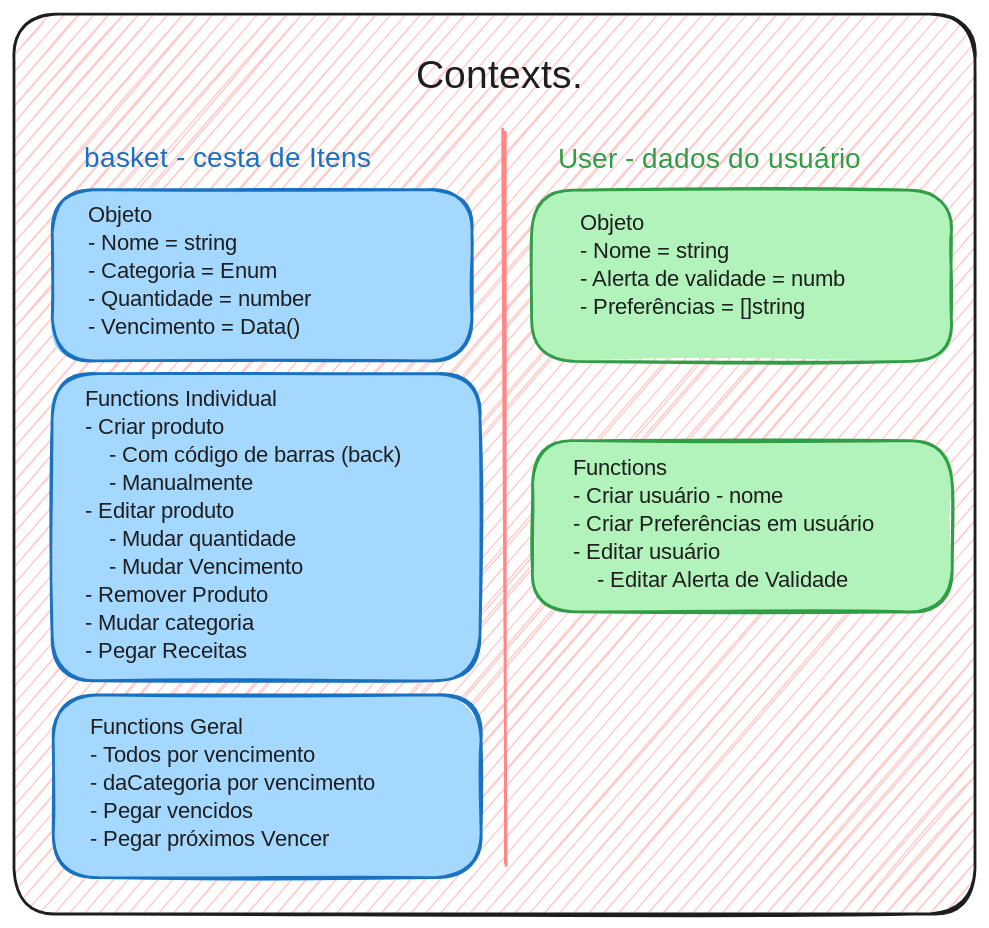
Above: notes/planning.excalidraw.svg in RenanKr4t0s/_.Waste_by_KrakeN (Excalidraw), before the change. Source tidied: one line per element, renumbered; positions are measured from the earlier drawing's top-left corner, leaving out a move shared by most shapes.
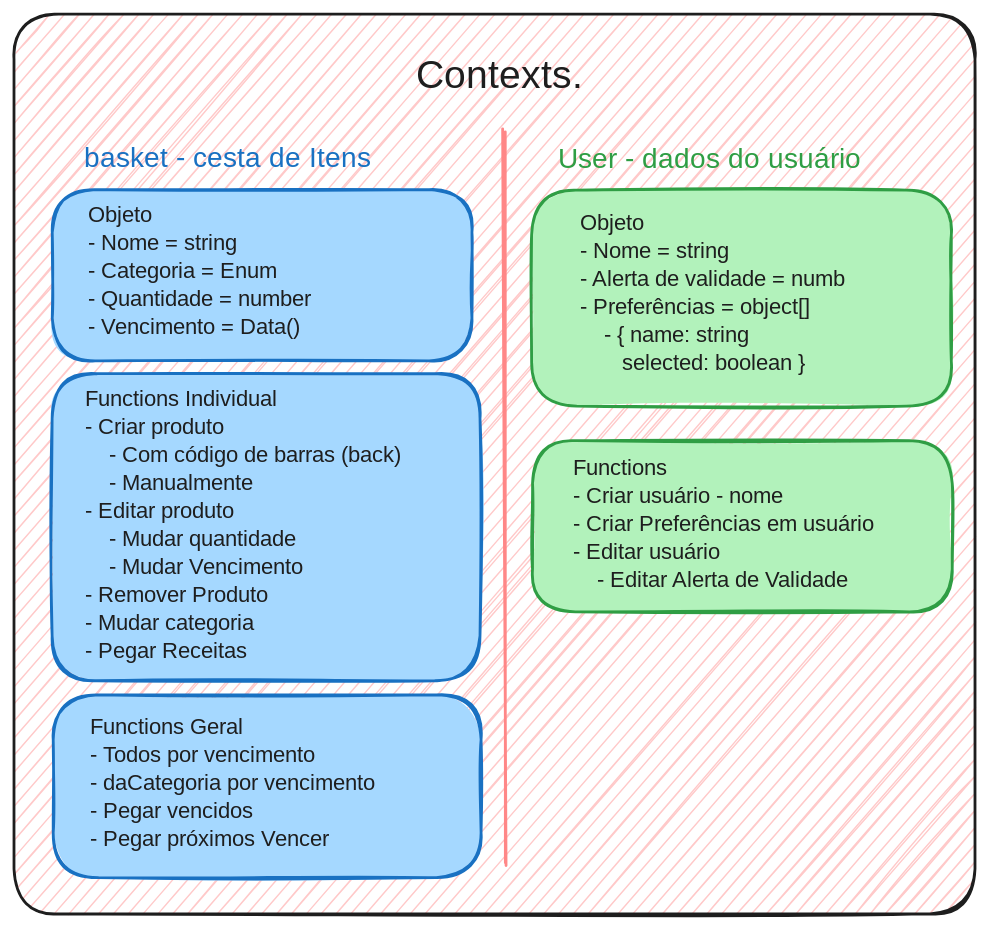
The same diagram one commit later.

What changed in the source:
```diff
@@ -9,7 +9,7 @@
 {"id": 8, "type": "text", "text": "Functions Individual\n- Criar produto\n    - Com código de barras (back)\n    - Manualmente\n- Editar produto\n    - Mudar quantidade\n    - Mudar Vencimento\n- Remover Produto\n- Mudar categoria\n- Pegar Receitas", "strokeColor": "#1e1e1e", "strokeWidth": 2, "roughness": 1, "fontSize": 16, "fontFamily": 1, "x": 51, "y": 265, "width": 271, "height": 200}
 {"id": 9, "type": "rectangle", "strokeColor": "#1971c2", "backgroundColor": "#a5d8ff", "fillStyle": "solid", "strokeWidth": 2, "roughness": 1, "round": true, "x": 28, "y": 486, "width": 306, "height": 131}
 {"id": 10, "type": "text", "text": "Functions Geral\n- Todos por vencimento\n- daCategoria por vencimento\n- Pegar vencidos\n- Pegar próximos Vencer", "strokeColor": "#1e1e1e", "strokeWidth": 2, "roughness": 1, "fontSize": 16, "fontFamily": 1, "x": 54, "y": 500, "width": 231, "height": 100}
-{"id": 11, "type": "rectangle", "strokeColor": "#2f9e44", "backgroundColor": "#b2f2bb", "fillStyle": "solid", "strokeWidth": 2, "roughness": 1, "round": true, "x": 370, "y": 126, "width": 300, "height": 122}
+{"id": 11, "type": "rectangle", "strokeColor": "#2f9e44", "backgroundColor": "#b2f2bb", "fillStyle": "solid", "strokeWidth": 2, "roughness": 1, "round": true, "x": 370, "y": 126, "width": 300, "height": 154}
-{"id": 12, "type": "text", "text": "Objeto\n- Nome = string\n- Alerta de validade = numb\n- Preferências = []string", "strokeColor": "#1e1e1e", "strokeWidth": 2, "roughness": 1, "fontSize": 16, "fontFamily": 1, "x": 404, "y": 140, "width": 224, "height": 80}
+{"id": 12, "type": "text", "text": "Objeto\n- Nome = string\n- Alerta de validade = numb\n- Preferências = object[]\n    - { name: string\n       selected: boolean }", "strokeColor": "#1e1e1e", "strokeWidth": 2, "roughness": 1, "fontSize": 16, "fontFamily": 1, "x": 404, "y": 140, "width": 224, "height": 120}
 {"id": 13, "type": "rectangle", "strokeColor": "#2f9e44", "backgroundColor": "#b2f2bb", "fillStyle": "solid", "strokeWidth": 2, "roughness": 1, "round": true, "x": 370, "y": 305, "width": 300, "height": 122}
 {"id": 14, "type": "text", "text": "Functions\n- Criar usuário - nome\n- Criar Preferências em usuário\n- Editar usuário\n    - Editar Alerta de Validade\n", "strokeColor": "#1e1e1e", "strokeWidth": 2, "roughness": 1, "fontSize": 16, "fontFamily": 1, "x": 399, "y": 315, "width": 253, "height": 120}
```
